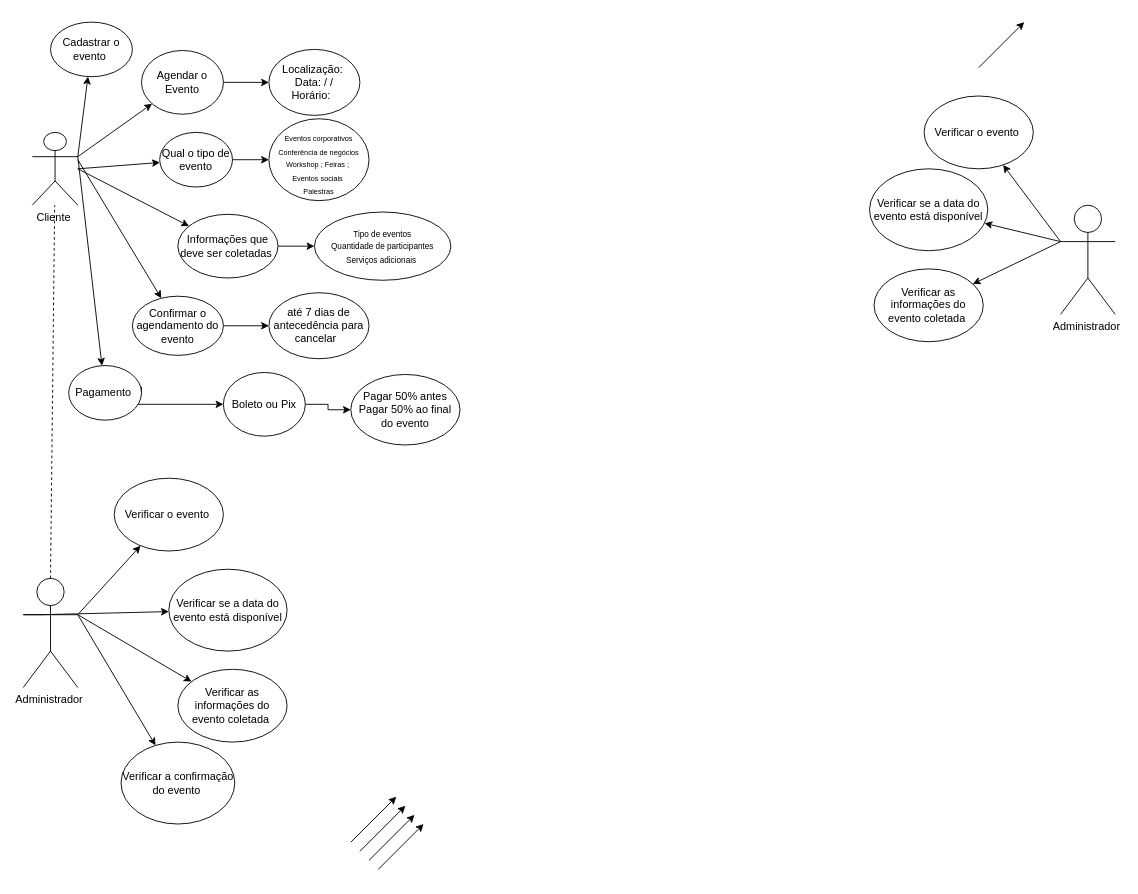
Earlier version of the draw.io diagram GestãoDeEventos.drawio (Bernardo-Alves125/Diagramas-de-requisitos). Source tidied: cells renumbered, new cells numbered last; positions are measured from the earlier drawing's top-left corner, leaving out a move shared by most shapes. Both pictures are drawn from the tidied source at 91%, with x=0, y=0 at pixel (23, 22).
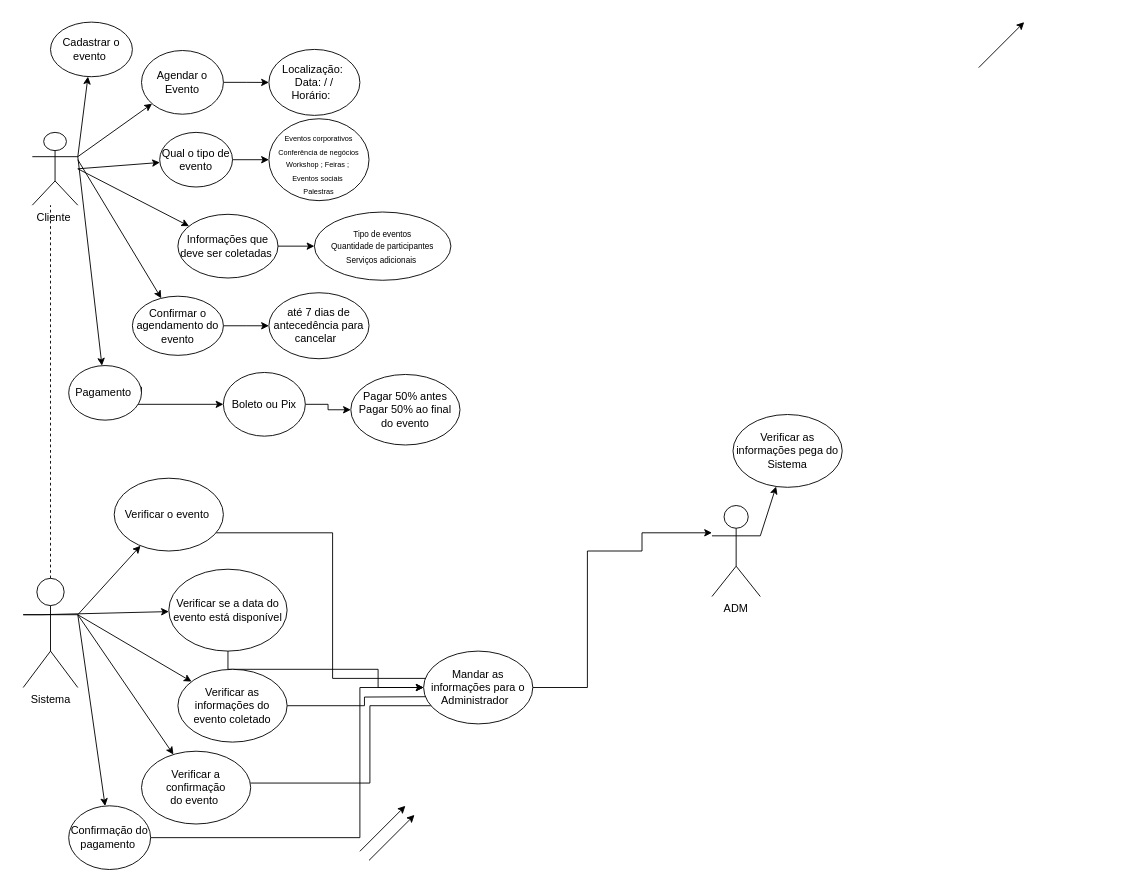
The same page after the edit.

Unchanged cells that the change refers to:
```xml
<mxCell id="2" value="Cliente&amp;nbsp;" style="shape=umlActor;verticalLabelPosition=bottom;verticalAlign=top;html=1;outlineConnect=0;" parent="1" vertex="1">
  <mxGeometry x="10" y="121" width="50" height="80" as="geometry" />
</mxCell>
<mxCell id="39" value="Verificar o evento&amp;nbsp;" style="ellipse;whiteSpace=wrap;html=1;" parent="1" vertex="1">
  <mxGeometry x="100" y="501" width="120" height="80" as="geometry" />
</mxCell>
<mxCell id="41" value="Verificar se a data do evento está disponível" style="ellipse;whiteSpace=wrap;html=1;" parent="1" vertex="1">
  <mxGeometry x="160" y="601" width="130" height="90" as="geometry" />
</mxCell>
```

What changed in the source:
```diff
@@
-    <mxCell id="9" style="endArrow=classic;html=1;rounded=0;exitX=0;exitY=0.3333333333333333;exitDx=0;exitDy=0;exitPerimeter=0;" parent="1" edge="1" source="28" target="32">
-      <mxGeometry relative="1" as="geometry" />
-    </mxCell>
@@
-    <mxCell id="28" value="Administrador&amp;nbsp;" style="shape=umlActor;verticalLabelPosition=bottom;verticalAlign=top;html=1;outlineConnect=0;" parent="1" vertex="1">
-      <mxGeometry x="1140" y="201" width="60" height="120" as="geometry" />
-    </mxCell>
@@
-    <mxCell id="30" style="endArrow=classic;html=1;rounded=0;" parent="1" edge="1">
+    <mxCell id="30" style="endArrow=classic;html=1;rounded=0;" parent="1" edge="1" target="56">
       <mxGeometry relative="1" as="geometry">
-        <mxPoint x="360" y="901" as="sourcePoint" />
-        <mxPoint x="410" y="851" as="targetPoint" />
+        <mxPoint x="60" y="651" as="sourcePoint" />
       </mxGeometry>
     </mxCell>
@@
-    <mxCell id="32" value="Verificar o evento&amp;nbsp;" style="ellipse;whiteSpace=wrap;html=1;" parent="1" vertex="1">
-      <mxGeometry x="990" y="81" width="120" height="80" as="geometry" />
-    </mxCell>
-    <mxCell id="33" style="endArrow=classic;html=1;rounded=0;exitX=0;exitY=0.3333333333333333;exitDx=0;exitDy=0;exitPerimeter=0;" parent="1" edge="1" source="28" target="34">
-      <mxGeometry relative="1" as="geometry" />
-    </mxCell>
-    <mxCell id="34" value="Verificar se a data do evento está disponível" style="ellipse;whiteSpace=wrap;html=1;" parent="1" vertex="1">
-      <mxGeometry x="930" y="161" width="130" height="90" as="geometry" />
-    </mxCell>
-    <mxCell id="35" style="endArrow=classic;html=1;rounded=0;exitX=0;exitY=0.3333333333333333;exitDx=0;exitDy=0;exitPerimeter=0;" parent="1" edge="1" source="28" target="36">
-      <mxGeometry relative="1" as="geometry" />
-    </mxCell>
-    <mxCell id="36" value="Verificar as informações do evento coletada&amp;nbsp;" style="ellipse;whiteSpace=wrap;html=1;" parent="1" vertex="1">
-      <mxGeometry x="935" y="271" width="120" height="80" as="geometry" />
-    </mxCell>
@@
-    <mxCell id="38" value="Administrador&amp;nbsp;" style="shape=umlActor;verticalLabelPosition=bottom;verticalAlign=top;html=1;outlineConnect=0;" parent="1" vertex="1">
+    <mxCell id="38" value="Sistema" style="shape=umlActor;verticalLabelPosition=bottom;verticalAlign=top;html=1;outlineConnect=0;" parent="1" vertex="1">
       <mxGeometry y="611" width="60" height="120" as="geometry" />
     </mxCell>
+    <mxCell id="49" style="edgeStyle=orthogonalEdgeStyle;rounded=0;jettySize=auto;html=1;" parent="1" edge="1" source="39">
+      <mxGeometry relative="1" as="geometry">
+        <mxPoint x="460" y="721" as="targetPoint" />
+        <Array as="points">
+          <mxPoint x="340" y="561" />
+          <mxPoint x="340" y="721" />
+        </Array>
+      </mxGeometry>
+    </mxCell>
@@
+    <mxCell id="50" style="edgeStyle=orthogonalEdgeStyle;rounded=0;jettySize=auto;html=1;" parent="1" edge="1" source="41" target="54">
+      <mxGeometry relative="1" as="geometry">
+        <Array as="points">
+          <mxPoint x="225" y="711" />
+          <mxPoint x="390" y="711" />
+          <mxPoint x="390" y="731" />
+        </Array>
+      </mxGeometry>
+    </mxCell>
@@
+    <mxCell id="51" style="edgeStyle=orthogonalEdgeStyle;rounded=0;jettySize=auto;html=1;" parent="1" edge="1" source="43">
+      <mxGeometry relative="1" as="geometry">
+        <mxPoint x="460" y="741" as="targetPoint" />
+      </mxGeometry>
+    </mxCell>
-    <mxCell id="43" value="Verificar as informações do evento coletada&amp;nbsp;" style="ellipse;whiteSpace=wrap;html=1;" parent="1" vertex="1">
+    <mxCell id="43" value="Verificar as informações do evento coletado" style="ellipse;whiteSpace=wrap;html=1;" parent="1" vertex="1">
       <mxGeometry x="170" y="711" width="120" height="80" as="geometry" />
     </mxCell>
-    <mxCell id="44" style="endArrow=none;dashed=1;html=1;rounded=0;exitX=0.5;exitY=0;exitDx=0;exitDy=0;exitPerimeter=0;" parent="1" edge="1" source="38" target="2">
-      <mxGeometry relative="1" as="geometry" />
+    <mxCell id="44" style="endArrow=none;dashed=1;html=1;rounded=0;exitX=0.5;exitY=0;exitDx=0;exitDy=0;exitPerimeter=0;" parent="1" edge="1" source="38">
+      <mxGeometry relative="1" as="geometry">
+        <mxPoint x="30" y="201" as="targetPoint" />
+      </mxGeometry>
     </mxCell>
+    <mxCell id="52" style="edgeStyle=orthogonalEdgeStyle;rounded=0;jettySize=auto;html=1;" parent="1" edge="1" source="45">
+      <mxGeometry relative="1" as="geometry">
+        <mxPoint x="460" y="751" as="targetPoint" />
+        <Array as="points">
+          <mxPoint x="381" y="836" />
+          <mxPoint x="381" y="751" />
+        </Array>
+      </mxGeometry>
+    </mxCell>
     <mxCell id="45" value="Verificar a confirmação&lt;div&gt;do evento&amp;nbsp;&lt;/div&gt;" style="ellipse;whiteSpace=wrap;html=1;" parent="1" vertex="1">
-      <mxGeometry x="107.5" y="791" width="125" height="90" as="geometry" />
+      <mxGeometry x="130" y="801" width="120" height="80" as="geometry" />
     </mxCell>
@@
-    <mxCell id="48" style="endArrow=classic;html=1;rounded=0;" parent="1" edge="1">
-      <mxGeometry relative="1" as="geometry">
-        <mxPoint x="390" y="931" as="sourcePoint" />
-        <mxPoint x="440" y="881" as="targetPoint" />
-      </mxGeometry>
+    <mxCell id="48" style="endArrow=classic;html=1;rounded=0;exitX=1;exitY=0.3333333333333333;exitDx=0;exitDy=0;exitPerimeter=0;" parent="1" edge="1" source="57" target="58">
+      <mxGeometry relative="1" as="geometry" />
     </mxCell>
+    <mxCell id="53" style="edgeStyle=orthogonalEdgeStyle;rounded=0;jettySize=auto;html=1;" parent="1" edge="1" source="54" target="57">
+      <mxGeometry relative="1" as="geometry">
+        <Array as="points">
+          <mxPoint x="620" y="731" />
+          <mxPoint x="620" y="581" />
+          <mxPoint x="680" y="581" />
+          <mxPoint x="680" y="561" />
+        </Array>
+      </mxGeometry>
+    </mxCell>
+    <mxCell id="54" value="Mandar as informações para o Administrador&amp;nbsp;&amp;nbsp;" style="ellipse;whiteSpace=wrap;html=1;" parent="1" vertex="1">
+      <mxGeometry x="440" y="691" width="120" height="80" as="geometry" />
+    </mxCell>
+    <mxCell id="55" style="edgeStyle=orthogonalEdgeStyle;rounded=0;jettySize=auto;html=1;entryX=0;entryY=0.5;entryDx=0;entryDy=0;" parent="1" edge="1" source="56" target="54">
+      <mxGeometry relative="1" as="geometry">
+        <Array as="points">
+          <mxPoint x="370" y="896" />
+          <mxPoint x="370" y="731" />
+        </Array>
+      </mxGeometry>
+    </mxCell>
+    <mxCell id="56" value="Confirmação do pagamento&amp;nbsp;" style="ellipse;whiteSpace=wrap;html=1;" parent="1" vertex="1">
+      <mxGeometry x="50" y="861" width="90" height="70" as="geometry" />
+    </mxCell>
+    <mxCell id="57" value="ADM" style="shape=umlActor;verticalLabelPosition=bottom;verticalAlign=top;html=1;outlineConnect=0;" parent="1" vertex="1">
+      <mxGeometry x="756.9" y="531" width="53.1" height="100" as="geometry" />
+    </mxCell>
+    <mxCell id="58" value="Verificar as informações pega do Sistema" style="ellipse;whiteSpace=wrap;html=1;" parent="1" vertex="1">
+      <mxGeometry x="780" y="431" width="120" height="80" as="geometry" />
+    </mxCell>
```
